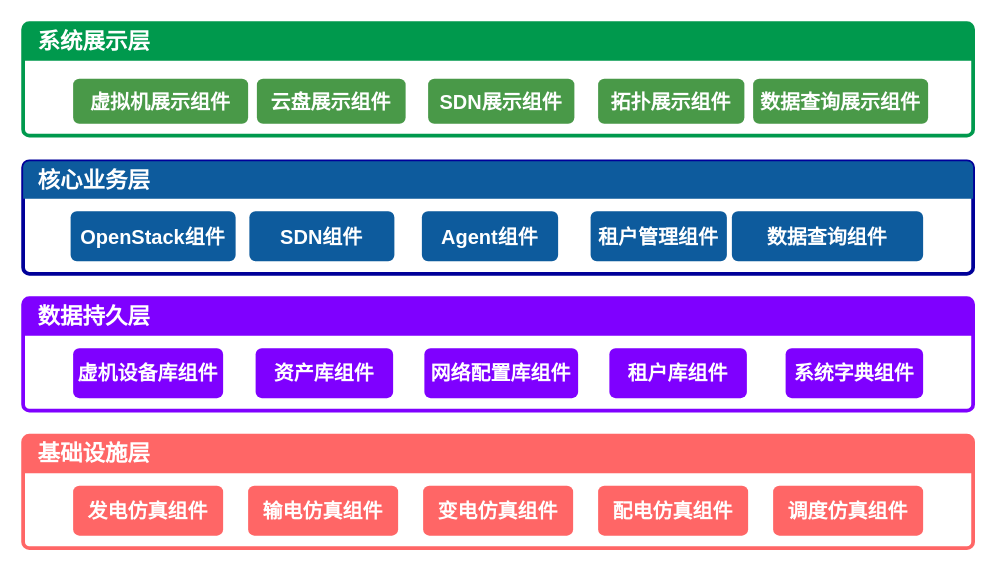
Above: page "试验管控" (4 of 4) of 功能组件.drawio in ytwei72/drawio (draw.io), before the change. Source tidied: cells renumbered, new cells numbered last; positions are measured from the earlier drawing's top-left corner, leaving out a move shared by most shapes. Both pictures are drawn from the tidied source at 125%, with x=0, y=0 at pixel (22, 22).
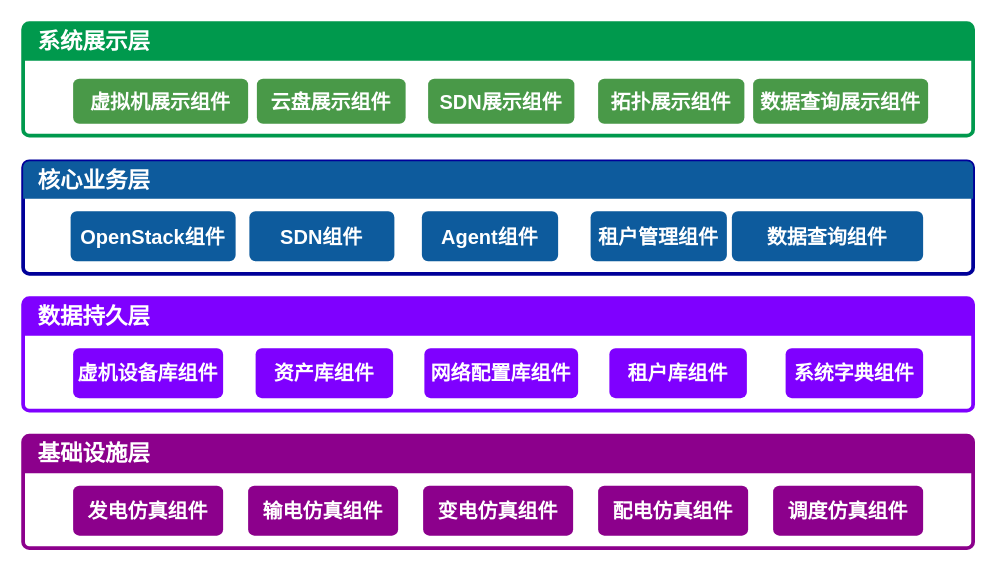
After the change.

The edit, as a diff of the source:
```diff
@@
-    <mxCell id="23" style="html=1;shadow=0;dashed=0;shape=mxgraph.bootstrap.rrect;align=center;rSize=5;strokeColor=#FF6666;fontColor=#f0f0f0;spacingTop=30;whiteSpace=wrap;fillColor=none;strokeWidth=3;" parent="1" vertex="1">
+    <mxCell id="23" style="html=1;shadow=0;dashed=0;shape=mxgraph.bootstrap.rrect;align=center;rSize=5;strokeColor=#8C008C;fontColor=#f0f0f0;spacingTop=30;whiteSpace=wrap;fillColor=none;strokeWidth=3;" parent="1" vertex="1">
       <mxGeometry y="330" width="760" height="90" as="geometry" />
     </mxCell>
-    <mxCell id="24" value="基础设施层" style="html=1;shadow=0;dashed=0;shape=mxgraph.bootstrap.topButton;rSize=5;strokeColor=none;fillColor=#FF6666;fontColor=#FFFFFF;fontSize=18;fontStyle=1;align=left;spacingLeft=10;whiteSpace=wrap;" parent="23" vertex="1">
+    <mxCell id="24" value="基础设施层" style="html=1;shadow=0;dashed=0;shape=mxgraph.bootstrap.topButton;rSize=5;strokeColor=none;fillColor=#8C008C;fontColor=#FFFFFF;fontSize=18;fontStyle=1;align=left;spacingLeft=10;whiteSpace=wrap;" parent="23" vertex="1">
       <mxGeometry width="760" height="30" relative="1" as="geometry" />
     </mxCell>
-    <mxCell id="25" value="发电仿真组件" style="html=1;shadow=0;dashed=0;shape=mxgraph.bootstrap.rrect;align=center;rSize=5;strokeColor=none;fillColor=#FF6666;fontColor=#ffffff;fontStyle=1;whiteSpace=wrap;fontSize=16;fontFamily=楷体;" parent="23" vertex="1">
+    <mxCell id="25" value="发电仿真组件" style="html=1;shadow=0;dashed=0;shape=mxgraph.bootstrap.rrect;align=center;rSize=5;strokeColor=none;fillColor=#8C008C;fontColor=#ffffff;fontStyle=1;whiteSpace=wrap;fontSize=16;fontFamily=楷体;" parent="23" vertex="1">
       <mxGeometry x="40" y="40" width="120" height="40" as="geometry" />
     </mxCell>
-    <mxCell id="26" value="输电仿真组件" style="html=1;shadow=0;dashed=0;shape=mxgraph.bootstrap.rrect;align=center;rSize=5;strokeColor=none;fillColor=#FF6666;fontColor=#ffffff;fontStyle=1;whiteSpace=wrap;fontSize=16;fontFamily=楷体;" parent="23" vertex="1">
+    <mxCell id="26" value="输电仿真组件" style="html=1;shadow=0;dashed=0;shape=mxgraph.bootstrap.rrect;align=center;rSize=5;strokeColor=none;fillColor=#8C008C;fontColor=#ffffff;fontStyle=1;whiteSpace=wrap;fontSize=16;fontFamily=楷体;" parent="23" vertex="1">
       <mxGeometry x="180" y="40" width="120" height="40" as="geometry" />
     </mxCell>
-    <mxCell id="27" value="变电仿真组件" style="html=1;shadow=0;dashed=0;shape=mxgraph.bootstrap.rrect;align=center;rSize=5;strokeColor=none;fillColor=#FF6666;fontColor=#ffffff;fontStyle=1;whiteSpace=wrap;fontSize=16;fontFamily=楷体;" parent="23" vertex="1">
+    <mxCell id="27" value="变电仿真组件" style="html=1;shadow=0;dashed=0;shape=mxgraph.bootstrap.rrect;align=center;rSize=5;strokeColor=none;fillColor=#8C008C;fontColor=#ffffff;fontStyle=1;whiteSpace=wrap;fontSize=16;fontFamily=楷体;" parent="23" vertex="1">
       <mxGeometry x="320" y="40" width="120" height="40" as="geometry" />
     </mxCell>
-    <mxCell id="28" value="配电仿真组件" style="html=1;shadow=0;dashed=0;shape=mxgraph.bootstrap.rrect;align=center;rSize=5;strokeColor=none;fillColor=#FF6666;fontColor=#ffffff;fontStyle=1;whiteSpace=wrap;fontSize=16;fontFamily=楷体;" parent="23" vertex="1">
+    <mxCell id="28" value="配电仿真组件" style="html=1;shadow=0;dashed=0;shape=mxgraph.bootstrap.rrect;align=center;rSize=5;strokeColor=none;fillColor=#8C008C;fontColor=#ffffff;fontStyle=1;whiteSpace=wrap;fontSize=16;fontFamily=楷体;" parent="23" vertex="1">
       <mxGeometry x="460" y="40" width="120" height="40" as="geometry" />
     </mxCell>
-    <mxCell id="29" value="调度仿真组件" style="html=1;shadow=0;dashed=0;shape=mxgraph.bootstrap.rrect;align=center;rSize=5;strokeColor=none;fillColor=#FF6666;fontColor=#ffffff;fontStyle=1;whiteSpace=wrap;fontSize=16;fontFamily=楷体;" parent="23" vertex="1">
+    <mxCell id="29" value="调度仿真组件" style="html=1;shadow=0;dashed=0;shape=mxgraph.bootstrap.rrect;align=center;rSize=5;strokeColor=none;fillColor=#8C008C;fontColor=#ffffff;fontStyle=1;whiteSpace=wrap;fontSize=16;fontFamily=楷体;" parent="23" vertex="1">
       <mxGeometry x="600" y="40" width="120" height="40" as="geometry" />
     </mxCell>
```
